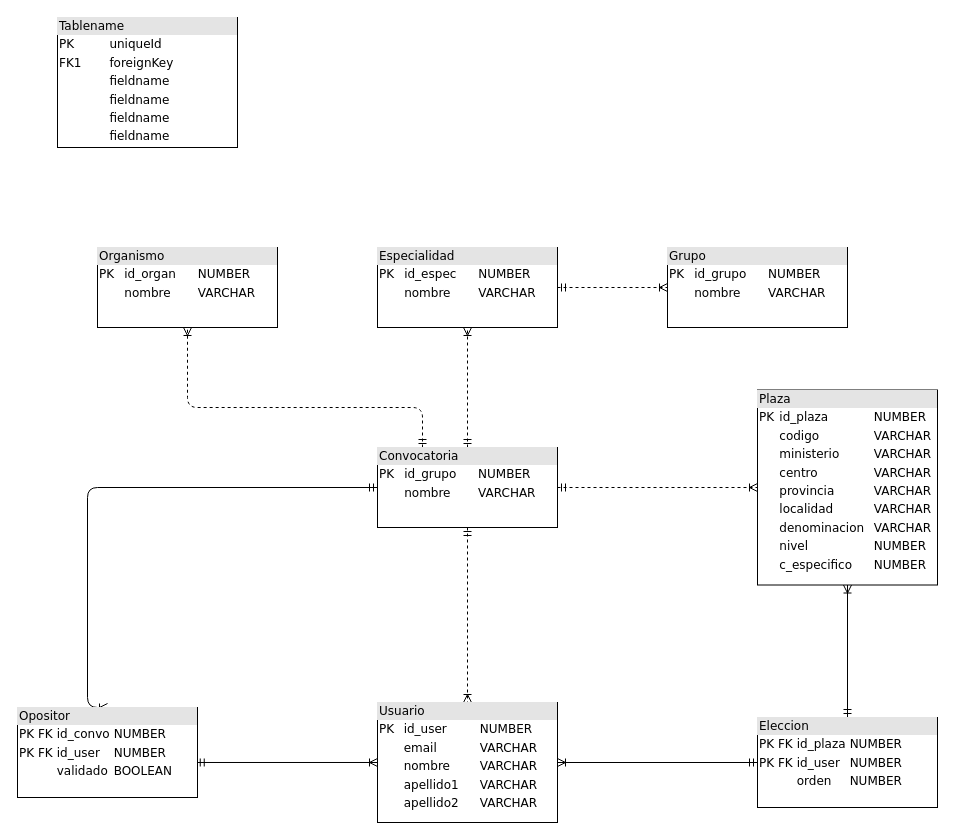
Above: diagramas/simuladordestinos.drawio in Castillo82/simuladordestinos (draw.io), before the change. Source tidied: cells renumbered, new cells numbered last; positions are measured from the earlier drawing's top-left corner, leaving out a move shared by most shapes. Both pictures are drawn from the tidied source at 100%, with x=0, y=0 at pixel (17, 17).
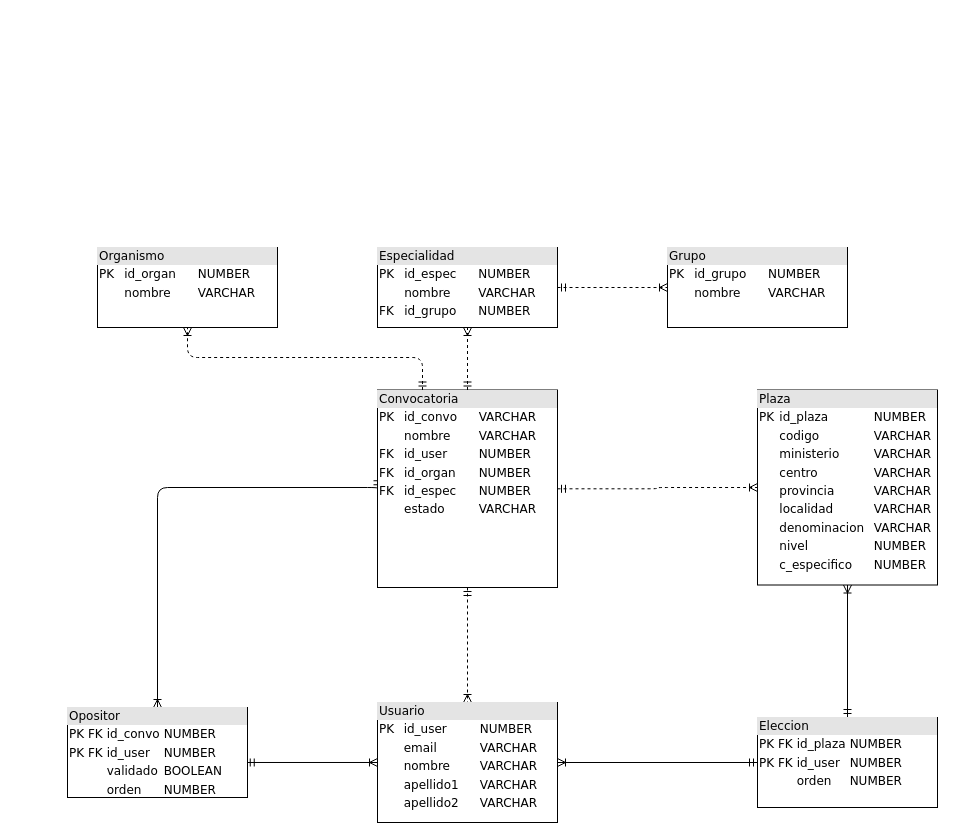
After the change.

Unchanged cells that the change refers to:
```xml
<mxCell id="16" value="&lt;div style=&quot;box-sizing: border-box ; width: 100% ; background: #e4e4e4 ; padding: 2px&quot;&gt;Organismo&lt;/div&gt;&lt;table style=&quot;width: 100% ; font-size: 1em&quot; cellspacing=&quot;0&quot; cellpadding=&quot;2&quot;&gt;&lt;tbody&gt;&lt;tr&gt;&lt;td&gt;PK&lt;br&gt;&lt;/td&gt;&lt;td&gt;id_organ&lt;br&gt;&lt;/td&gt;&lt;td&gt;NUMBER&lt;br&gt;&lt;/td&gt;&lt;/tr&gt;&lt;tr&gt;&lt;td&gt;&lt;br&gt;&lt;/td&gt;&lt;td&gt;nombre&lt;br&gt;&lt;/td&gt;&lt;td&gt;VARCHAR&lt;br&gt;&lt;/td&gt;&lt;/tr&gt;&lt;tr&gt;&lt;td&gt;&lt;br&gt;&lt;/td&gt;&lt;td&gt;&lt;br&gt;&lt;/td&gt;&lt;td&gt;&lt;br&gt;&lt;/td&gt;&lt;/tr&gt;&lt;tr&gt;&lt;td&gt;&lt;br&gt;&lt;/td&gt;&lt;td&gt;&lt;br&gt;&lt;/td&gt;&lt;td&gt;&lt;br&gt;&lt;/td&gt;&lt;/tr&gt;&lt;tr&gt;&lt;td&gt;&lt;br&gt;&lt;/td&gt;&lt;td&gt;&lt;br&gt;&lt;/td&gt;&lt;td&gt;&lt;br&gt;&lt;/td&gt;&lt;/tr&gt;&lt;/tbody&gt;&lt;/table&gt;" style="verticalAlign=top;align=left;overflow=fill;html=1;rounded=0;shadow=0;comic=0;labelBackgroundColor=none;strokeWidth=1;fontFamily=Verdana;fontSize=12;" parent="1" vertex="1">
  <mxGeometry x="80" y="230" width="180" height="80" as="geometry" />
</mxCell>
```

What changed in the source:
```diff
@@
     <mxCell id="3" style="edgeStyle=orthogonalEdgeStyle;html=1;dashed=1;labelBackgroundColor=none;startArrow=ERmandOne;endArrow=ERoneToMany;fontFamily=Verdana;fontSize=12;align=left;entryX=0.5;entryY=1;entryDx=0;entryDy=0;exitX=0.25;exitY=0;exitDx=0;exitDy=0;" parent="1" edge="1" source="19" target="16">
       <mxGeometry relative="1" as="geometry">
         <Array as="points">
-          <mxPoint x="405" y="390" />
-          <mxPoint x="170" y="390" />
+          <mxPoint x="405" y="340" />
+          <mxPoint x="170" y="340" />
         </Array>
       </mxGeometry>
     </mxCell>
@@
     <mxCell id="7" style="edgeStyle=orthogonalEdgeStyle;html=1;entryX=0.5;entryY=0;labelBackgroundColor=none;startArrow=ERmandOne;endArrow=ERoneToMany;fontFamily=Verdana;fontSize=12;align=left;exitX=0;exitY=0.5;exitDx=0;exitDy=0;entryDx=0;entryDy=0;" parent="1" edge="1" source="19" target="17">
       <mxGeometry relative="1" as="geometry">
         <Array as="points">
-          <mxPoint x="70" y="470" />
-          <mxPoint x="70" y="690" />
+          <mxPoint x="360" y="470" />
+          <mxPoint x="140" y="470" />
         </Array>
       </mxGeometry>
     </mxCell>
@@
-    <mxCell id="11" value="&lt;div style=&quot;box-sizing: border-box ; width: 100% ; background: #e4e4e4 ; padding: 2px&quot;&gt;Tablename&lt;/div&gt;&lt;table style=&quot;width: 100% ; font-size: 1em&quot; cellspacing=&quot;0&quot; cellpadding=&quot;2&quot;&gt;&lt;tbody&gt;&lt;tr&gt;&lt;td&gt;PK&lt;/td&gt;&lt;td&gt;uniqueId&lt;/td&gt;&lt;/tr&gt;&lt;tr&gt;&lt;td&gt;FK1&lt;/td&gt;&lt;td&gt;foreignKey&lt;/td&gt;&lt;/tr&gt;&lt;tr&gt;&lt;td&gt;&lt;br&gt;&lt;/td&gt;&lt;td&gt;fieldname&lt;/td&gt;&lt;/tr&gt;&lt;tr&gt;&lt;td&gt;&lt;br&gt;&lt;/td&gt;&lt;td&gt;fieldname&lt;br&gt;&lt;/td&gt;&lt;/tr&gt;&lt;tr&gt;&lt;td&gt;&lt;br&gt;&lt;/td&gt;&lt;td&gt;fieldname&lt;br&gt;&lt;/td&gt;&lt;/tr&gt;&lt;tr&gt;&lt;td&gt;&lt;br&gt;&lt;/td&gt;&lt;td&gt;fieldname&lt;br&gt;&lt;/td&gt;&lt;/tr&gt;&lt;/tbody&gt;&lt;/table&gt;" style="verticalAlign=top;align=left;overflow=fill;html=1;rounded=0;shadow=0;comic=0;labelBackgroundColor=none;strokeWidth=1;fontFamily=Verdana;fontSize=12;" parent="1" vertex="1">
-      <mxGeometry x="40" width="180" height="130" as="geometry" />
-    </mxCell>
@@
-    <mxCell id="15" value="&lt;div style=&quot;box-sizing: border-box ; width: 100% ; background: #e4e4e4 ; padding: 2px&quot;&gt;Especialidad&lt;/div&gt;&lt;table style=&quot;width: 100% ; font-size: 1em&quot; cellspacing=&quot;0&quot; cellpadding=&quot;2&quot;&gt;&lt;tbody&gt;&lt;tr&gt;&lt;td&gt;PK&lt;br&gt;&lt;/td&gt;&lt;td&gt;id_espec&lt;br&gt;&lt;/td&gt;&lt;td&gt;NUMBER&lt;br&gt;&lt;/td&gt;&lt;/tr&gt;&lt;tr&gt;&lt;td&gt;&lt;br&gt;&lt;/td&gt;&lt;td&gt;nombre&lt;br&gt;&lt;/td&gt;&lt;td&gt;VARCHAR&lt;br&gt;&lt;/td&gt;&lt;/tr&gt;&lt;tr&gt;&lt;td&gt;&lt;br&gt;&lt;/td&gt;&lt;td&gt;&lt;br&gt;&lt;/td&gt;&lt;td&gt;&lt;br&gt;&lt;/td&gt;&lt;/tr&gt;&lt;tr&gt;&lt;td&gt;&lt;br&gt;&lt;/td&gt;&lt;td&gt;&lt;br&gt;&lt;/td&gt;&lt;td&gt;&lt;br&gt;&lt;/td&gt;&lt;/tr&gt;&lt;tr&gt;&lt;td&gt;&lt;br&gt;&lt;/td&gt;&lt;td&gt;&lt;br&gt;&lt;/td&gt;&lt;td&gt;&lt;br&gt;&lt;/td&gt;&lt;/tr&gt;&lt;/tbody&gt;&lt;/table&gt;" style="verticalAlign=top;align=left;overflow=fill;html=1;rounded=0;shadow=0;comic=0;labelBackgroundColor=none;strokeWidth=1;fontFamily=Verdana;fontSize=12;" parent="1" vertex="1">
+    <mxCell id="15" value="&lt;div style=&quot;box-sizing: border-box ; width: 100% ; background: #e4e4e4 ; padding: 2px&quot;&gt;Especialidad&lt;/div&gt;&lt;table style=&quot;width: 100% ; font-size: 1em&quot; cellspacing=&quot;0&quot; cellpadding=&quot;2&quot;&gt;&lt;tbody&gt;&lt;tr&gt;&lt;td&gt;PK&lt;br&gt;&lt;/td&gt;&lt;td&gt;id_espec&lt;br&gt;&lt;/td&gt;&lt;td&gt;NUMBER&lt;br&gt;&lt;/td&gt;&lt;/tr&gt;&lt;tr&gt;&lt;td&gt;&lt;br&gt;&lt;/td&gt;&lt;td&gt;nombre&lt;br&gt;&lt;/td&gt;&lt;td&gt;VARCHAR&lt;br&gt;&lt;/td&gt;&lt;/tr&gt;&lt;tr&gt;&lt;td&gt;FK&lt;br&gt;&lt;/td&gt;&lt;td&gt;id_grupo&lt;br&gt;&lt;/td&gt;&lt;td&gt;NUMBER&lt;br&gt;&lt;/td&gt;&lt;/tr&gt;&lt;/tbody&gt;&lt;/table&gt;" style="verticalAlign=top;align=left;overflow=fill;html=1;rounded=0;shadow=0;comic=0;labelBackgroundColor=none;strokeWidth=1;fontFamily=Verdana;fontSize=12;" parent="1" vertex="1">
       <mxGeometry x="360" y="230" width="180" height="80" as="geometry" />
     </mxCell>
@@
-    <mxCell id="17" value="&lt;div style=&quot;box-sizing: border-box ; width: 100% ; background: #e4e4e4 ; padding: 2px&quot;&gt;Opositor&lt;/div&gt;&lt;table cellspacing=&quot;0&quot; cellpadding=&quot;2&quot;&gt;&lt;tbody&gt;&lt;tr&gt;&lt;td&gt;PK FK&lt;br&gt;&lt;/td&gt;&lt;td&gt;id_convo&lt;br&gt;&lt;/td&gt;&lt;td&gt;NUMBER&lt;br&gt;&lt;/td&gt;&lt;/tr&gt;&lt;tr&gt;&lt;td&gt;PK FK&lt;br&gt;&lt;/td&gt;&lt;td&gt;id_user&lt;br&gt;&lt;/td&gt;&lt;td&gt;NUMBER&lt;br&gt;&lt;/td&gt;&lt;/tr&gt;&lt;tr&gt;&lt;td&gt;&lt;br&gt;&lt;/td&gt;&lt;td&gt;validado&lt;br&gt;&lt;/td&gt;&lt;td&gt;BOOLEAN&lt;br&gt;&lt;/td&gt;&lt;/tr&gt;&lt;tr&gt;&lt;td&gt;&lt;br&gt;&lt;/td&gt;&lt;td&gt;&lt;br&gt;&lt;/td&gt;&lt;td&gt;&lt;br&gt;&lt;/td&gt;&lt;/tr&gt;&lt;tr&gt;&lt;td&gt;&lt;br&gt;&lt;/td&gt;&lt;td&gt;&lt;br&gt;&lt;/td&gt;&lt;td&gt;&lt;br&gt;&lt;/td&gt;&lt;/tr&gt;&lt;/tbody&gt;&lt;/table&gt;" style="verticalAlign=top;align=left;overflow=fill;html=1;rounded=0;shadow=0;comic=0;labelBackgroundColor=none;strokeWidth=1;fontFamily=Verdana;fontSize=12;" parent="1" vertex="1">
-      <mxGeometry y="690" width="180" height="90" as="geometry" />
+    <mxCell id="17" value="&lt;div style=&quot;box-sizing: border-box ; width: 100% ; background: #e4e4e4 ; padding: 2px&quot;&gt;Opositor&lt;/div&gt;&lt;table cellspacing=&quot;0&quot; cellpadding=&quot;2&quot;&gt;&lt;tbody&gt;&lt;tr&gt;&lt;td&gt;PK FK&lt;br&gt;&lt;/td&gt;&lt;td&gt;id_convo&lt;br&gt;&lt;/td&gt;&lt;td&gt;NUMBER&lt;br&gt;&lt;/td&gt;&lt;/tr&gt;&lt;tr&gt;&lt;td&gt;PK FK&lt;br&gt;&lt;/td&gt;&lt;td&gt;id_user&lt;br&gt;&lt;/td&gt;&lt;td&gt;NUMBER&lt;br&gt;&lt;/td&gt;&lt;/tr&gt;&lt;tr&gt;&lt;td&gt;&lt;br&gt;&lt;/td&gt;&lt;td&gt;validado&lt;br&gt;&lt;/td&gt;&lt;td&gt;BOOLEAN&lt;br&gt;&lt;/td&gt;&lt;/tr&gt;&lt;tr&gt;&lt;td&gt;&lt;br&gt;&lt;/td&gt;&lt;td&gt;orden&lt;br&gt;&lt;/td&gt;&lt;td&gt;NUMBER&lt;br&gt;&lt;/td&gt;&lt;/tr&gt;&lt;tr&gt;&lt;td&gt;&lt;br&gt;&lt;/td&gt;&lt;td&gt;&lt;br&gt;&lt;/td&gt;&lt;td&gt;&lt;br&gt;&lt;/td&gt;&lt;/tr&gt;&lt;/tbody&gt;&lt;/table&gt;" style="verticalAlign=top;align=left;overflow=fill;html=1;rounded=0;shadow=0;comic=0;labelBackgroundColor=none;strokeWidth=1;fontFamily=Verdana;fontSize=12;" parent="1" vertex="1">
+      <mxGeometry x="50" y="690" width="180" height="90" as="geometry" />
     </mxCell>
@@
-    <mxCell id="19" value="&lt;div style=&quot;box-sizing: border-box ; width: 100% ; background: #e4e4e4 ; padding: 2px&quot;&gt;Convocatoria&lt;br&gt;&lt;/div&gt;&lt;table style=&quot;width: 100% ; font-size: 1em&quot; cellspacing=&quot;0&quot; cellpadding=&quot;2&quot;&gt;&lt;tbody&gt;&lt;tr&gt;&lt;td&gt;PK&lt;br&gt;&lt;/td&gt;&lt;td&gt;id_grupo&lt;br&gt;&lt;/td&gt;&lt;td&gt;NUMBER&lt;br&gt;&lt;/td&gt;&lt;/tr&gt;&lt;tr&gt;&lt;td&gt;&lt;br&gt;&lt;/td&gt;&lt;td&gt;nombre&lt;br&gt;&lt;/td&gt;&lt;td&gt;VARCHAR&lt;br&gt;&lt;/td&gt;&lt;/tr&gt;&lt;tr&gt;&lt;td&gt;&lt;br&gt;&lt;/td&gt;&lt;td&gt;&lt;br&gt;&lt;/td&gt;&lt;td&gt;&lt;br&gt;&lt;/td&gt;&lt;/tr&gt;&lt;tr&gt;&lt;td&gt;&lt;br&gt;&lt;/td&gt;&lt;td&gt;&lt;br&gt;&lt;/td&gt;&lt;td&gt;&lt;br&gt;&lt;/td&gt;&lt;/tr&gt;&lt;tr&gt;&lt;td&gt;&lt;br&gt;&lt;/td&gt;&lt;td&gt;&lt;br&gt;&lt;/td&gt;&lt;td&gt;&lt;br&gt;&lt;/td&gt;&lt;/tr&gt;&lt;/tbody&gt;&lt;/table&gt;" style="verticalAlign=top;align=left;overflow=fill;html=1;rounded=0;shadow=0;comic=0;labelBackgroundColor=none;strokeWidth=1;fontFamily=Verdana;fontSize=12;" parent="1" vertex="1">
-      <mxGeometry x="360" y="430" width="180" height="80" as="geometry" />
+    <mxCell id="19" value="&lt;div style=&quot;box-sizing: border-box ; width: 100% ; background: #e4e4e4 ; padding: 2px&quot;&gt;Convocatoria&lt;br&gt;&lt;/div&gt;&lt;table style=&quot;width: 100% ; font-size: 1em&quot; cellspacing=&quot;0&quot; cellpadding=&quot;2&quot;&gt;&lt;tbody&gt;&lt;tr&gt;&lt;td&gt;PK&lt;br&gt;&lt;/td&gt;&lt;td&gt;id_convo&lt;br&gt;&lt;/td&gt;&lt;td&gt;VARCHAR&lt;br&gt;&lt;/td&gt;&lt;/tr&gt;&lt;tr&gt;&lt;td&gt;&lt;br&gt;&lt;/td&gt;&lt;td&gt;nombre&lt;br&gt;&lt;/td&gt;&lt;td&gt;VARCHAR&lt;br&gt;&lt;/td&gt;&lt;/tr&gt;&lt;tr&gt;&lt;td&gt;FK&lt;br&gt;&lt;/td&gt;&lt;td&gt;id_user&lt;br&gt;&lt;/td&gt;&lt;td&gt;NUMBER&lt;br&gt;&lt;/td&gt;&lt;/tr&gt;&lt;tr&gt;&lt;td&gt;FK&lt;br&gt;&lt;/td&gt;&lt;td&gt;id_organ&lt;br&gt;&lt;/td&gt;&lt;td&gt;NUMBER&lt;br&gt;&lt;/td&gt;&lt;/tr&gt;&lt;tr&gt;&lt;td&gt;FK&lt;br&gt;&lt;/td&gt;&lt;td&gt;id_espec&lt;br&gt;&lt;/td&gt;&lt;td&gt;NUMBER&lt;br&gt;&lt;/td&gt;&lt;/tr&gt;&lt;tr&gt;&lt;td&gt;&lt;br&gt;&lt;/td&gt;&lt;td&gt;estado&lt;br&gt;&lt;/td&gt;&lt;td&gt;VARCHAR&lt;br&gt;&lt;/td&gt;&lt;/tr&gt;&lt;tr&gt;&lt;td&gt;&lt;br&gt;&lt;/td&gt;&lt;td&gt;&lt;br&gt;&lt;/td&gt;&lt;td&gt;&lt;br&gt;&lt;/td&gt;&lt;/tr&gt;&lt;tr&gt;&lt;td&gt;&lt;br&gt;&lt;/td&gt;&lt;td&gt;&lt;br&gt;&lt;/td&gt;&lt;td&gt;&lt;br&gt;&lt;/td&gt;&lt;/tr&gt;&lt;tr&gt;&lt;td&gt;&lt;br&gt;&lt;/td&gt;&lt;td&gt;&lt;br&gt;&lt;/td&gt;&lt;td&gt;&lt;br&gt;&lt;/td&gt;&lt;/tr&gt;&lt;tr&gt;&lt;td&gt;&lt;br&gt;&lt;/td&gt;&lt;td&gt;&lt;br&gt;&lt;/td&gt;&lt;td&gt;&lt;br&gt;&lt;/td&gt;&lt;/tr&gt;&lt;tr&gt;&lt;td&gt;&lt;br&gt;&lt;/td&gt;&lt;td&gt;&lt;br&gt;&lt;/td&gt;&lt;td&gt;&lt;br&gt;&lt;/td&gt;&lt;/tr&gt;&lt;/tbody&gt;&lt;/table&gt;" style="verticalAlign=top;align=left;overflow=fill;html=1;rounded=0;shadow=0;comic=0;labelBackgroundColor=none;strokeWidth=1;fontFamily=Verdana;fontSize=12;" parent="1" vertex="1">
+      <mxGeometry x="360" y="372.5" width="180" height="197.5" as="geometry" />
     </mxCell>
```
